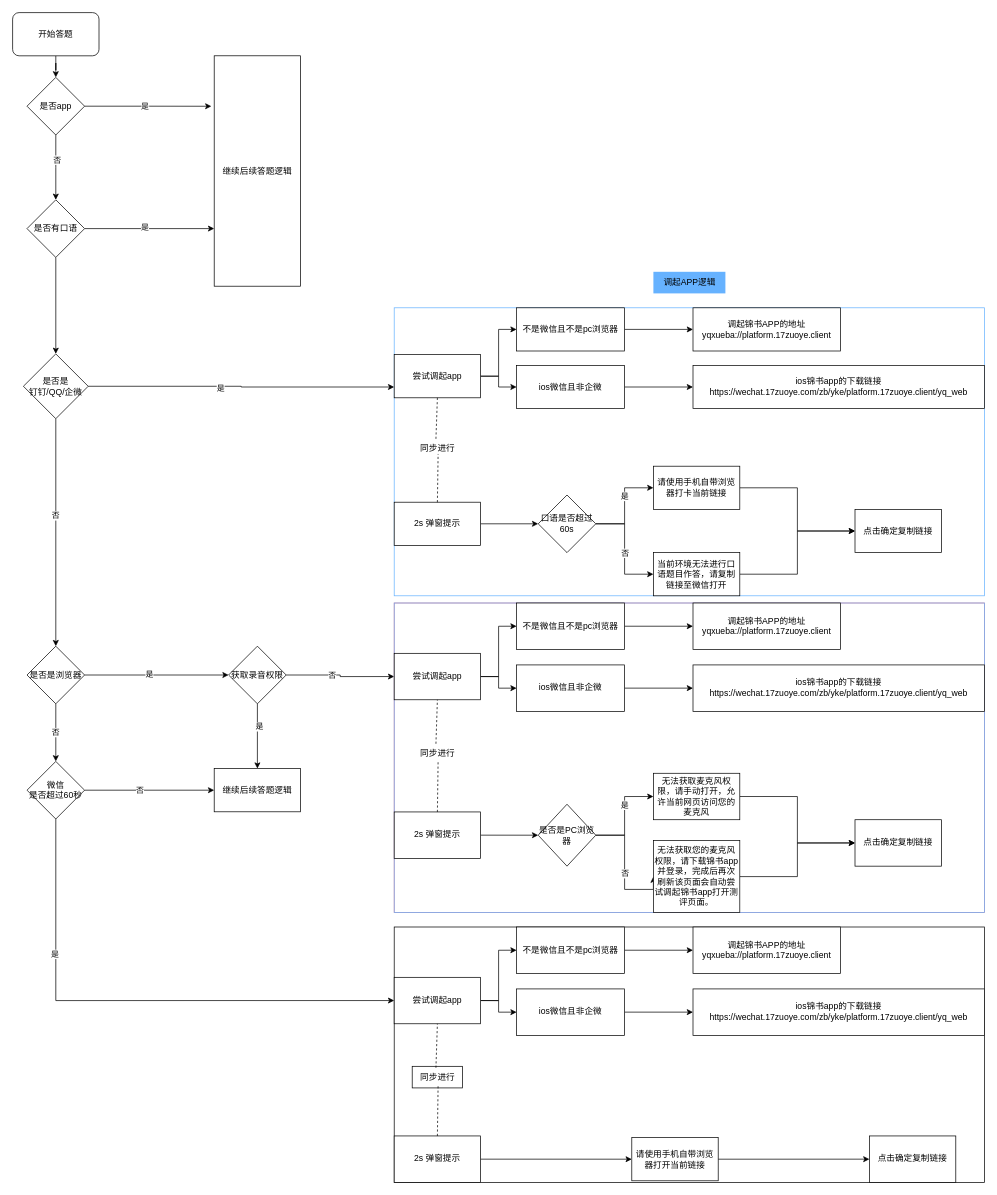
This is test.drawio from anxiaok/flowChart, a draw.io file, before an edit. Source tidied: cells renumbered, new cells numbered last; positions are measured from the earlier drawing's top-left corner, leaving out a move shared by most shapes. Both pictures are drawn from the tidied source at 72%, with x=0, y=0 at pixel (12, 12).
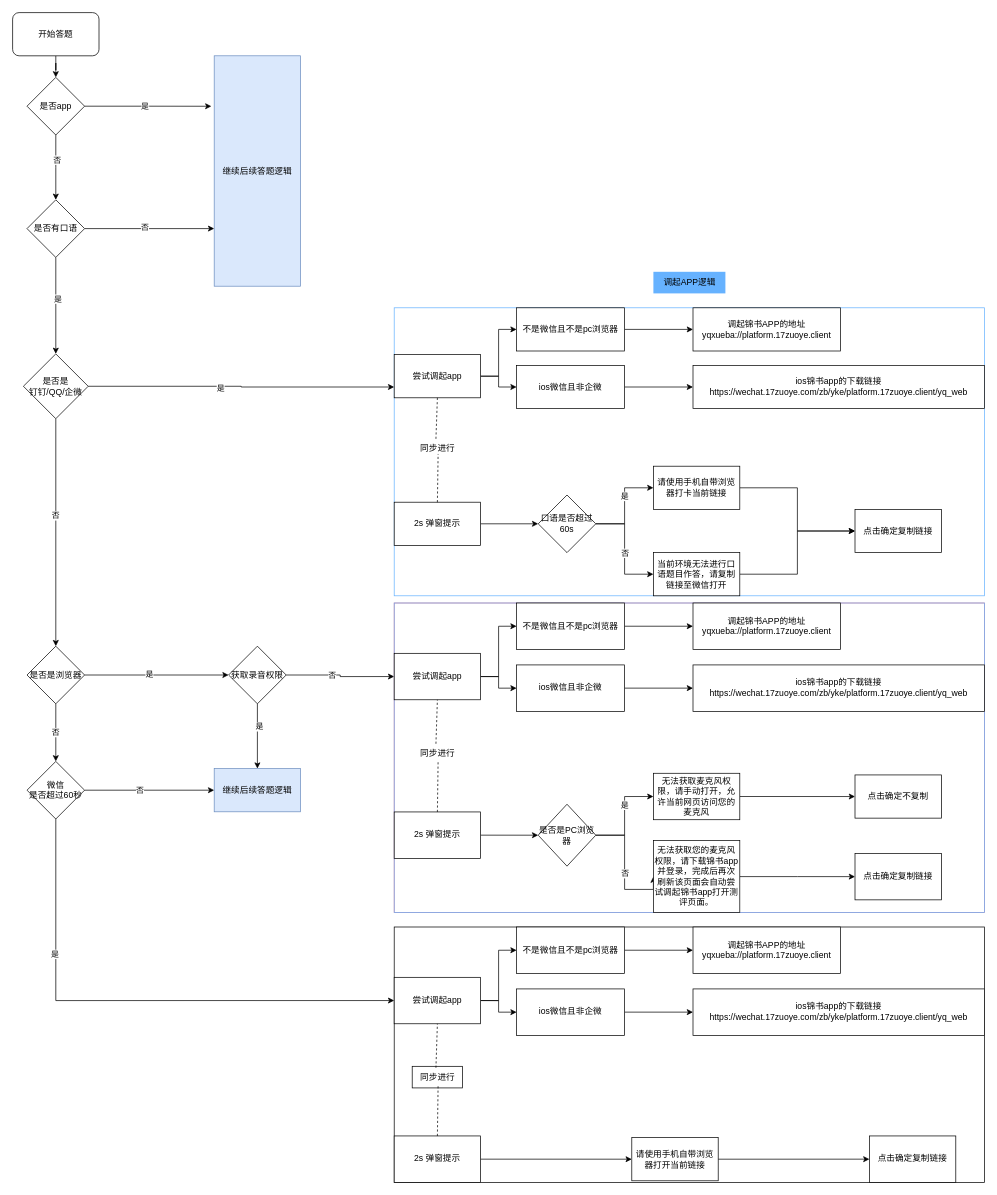
The same page after the edit.

Unchanged cells that the change refers to:
```xml
<mxCell id="8" style="edgeStyle=orthogonalEdgeStyle;rounded=0;jettySize=auto;html=1;exitX=1;exitY=0.5;exitDx=0;exitDy=0;entryX=0;entryY=0.75;entryDx=0;entryDy=0;" parent="1" edge="1" source="11" target="7">
  <mxGeometry relative="1" as="geometry" />
</mxCell>
<mxCell id="10" style="edgeStyle=orthogonalEdgeStyle;rounded=0;jettySize=auto;html=1;" parent="1" edge="1" source="11" target="18">
  <mxGeometry relative="1" as="geometry" />
</mxCell>
<mxCell id="55" style="group;strokeColor=#FF6666;" parent="1" vertex="1">
  <mxGeometry x="530" y="820" width="820" height="430" as="geometry" />
</mxCell>
<mxCell id="68" value="无法获取麦克风权限，请手动打开，允许当前网页访问您的麦克风" style="whiteSpace=wrap;html=1;" parent="55" vertex="1">
  <mxGeometry x="360" y="236.5" width="120" height="64.5" as="geometry" />
</mxCell>
```

Diff of the diagram source:
```diff
@@
-    <mxCell id="7" value="继续后续答题逻辑" style="whiteSpace=wrap;html=1;" parent="1" vertex="1">
+    <mxCell id="7" value="继续后续答题逻辑" style="whiteSpace=wrap;html=1;fillColor=#dae8fc;strokeColor=#6c8ebf;" parent="1" vertex="1">
       <mxGeometry x="280" y="60" width="120" height="320" as="geometry" />
     </mxCell>
@@
-    <mxCell id="9" value="是" style="edgeLabel;html=1;align=center;verticalAlign=middle;" parent="8" vertex="1">
+    <mxCell id="9" value="否" style="edgeLabel;html=1;align=center;verticalAlign=middle;" parent="8" vertex="1">
       <mxGeometry x="-0.08" y="2" relative="1" as="geometry" />
     </mxCell>
@@
+    <mxCell id="105" value="是" style="edgeLabel;html=1;align=center;verticalAlign=middle;" parent="10" vertex="1">
+      <mxGeometry x="-0.13" y="2" relative="1" as="geometry">
+        <mxPoint y="-1" as="offset" />
+      </mxGeometry>
+    </mxCell>
@@
-    <mxCell id="67" style="edgeStyle=orthogonalEdgeStyle;rounded=0;jettySize=auto;html=1;exitX=1;exitY=0.5;exitDx=0;exitDy=0;entryX=0;entryY=0.5;entryDx=0;entryDy=0;" parent="55" edge="1" source="68" target="80">
-      <mxGeometry relative="1" as="geometry" />
-    </mxCell>
+    <mxCell id="106" style="edgeStyle=orthogonalEdgeStyle;rounded=0;jettySize=auto;html=1;exitX=1;exitY=0.5;exitDx=0;exitDy=0;entryX=0;entryY=0.5;entryDx=0;entryDy=0;" parent="55" edge="1" source="68" target="107">
+      <mxGeometry relative="1" as="geometry" />
+    </mxCell>
@@
     <mxCell id="80" value="点击确定复制链接" style="whiteSpace=wrap;html=1;" parent="55" vertex="1">
-      <mxGeometry x="640" y="301" width="120" height="64.5" as="geometry" />
+      <mxGeometry x="640" y="347.8" width="120" height="64.5" as="geometry" />
     </mxCell>
+    <mxCell id="107" value="点击确定不复制" style="whiteSpace=wrap;html=1;" parent="55" vertex="1">
+      <mxGeometry x="640" y="238.8" width="120" height="60" as="geometry" />
+    </mxCell>
@@
-    <mxCell id="86" value="继续后续答题逻辑" style="whiteSpace=wrap;html=1;" parent="1" vertex="1">
+    <mxCell id="86" value="继续后续答题逻辑" style="whiteSpace=wrap;html=1;fillColor=#dae8fc;strokeColor=#6c8ebf;" parent="1" vertex="1">
       <mxGeometry x="280" y="1050" width="120" height="60" as="geometry" />
     </mxCell>
```
